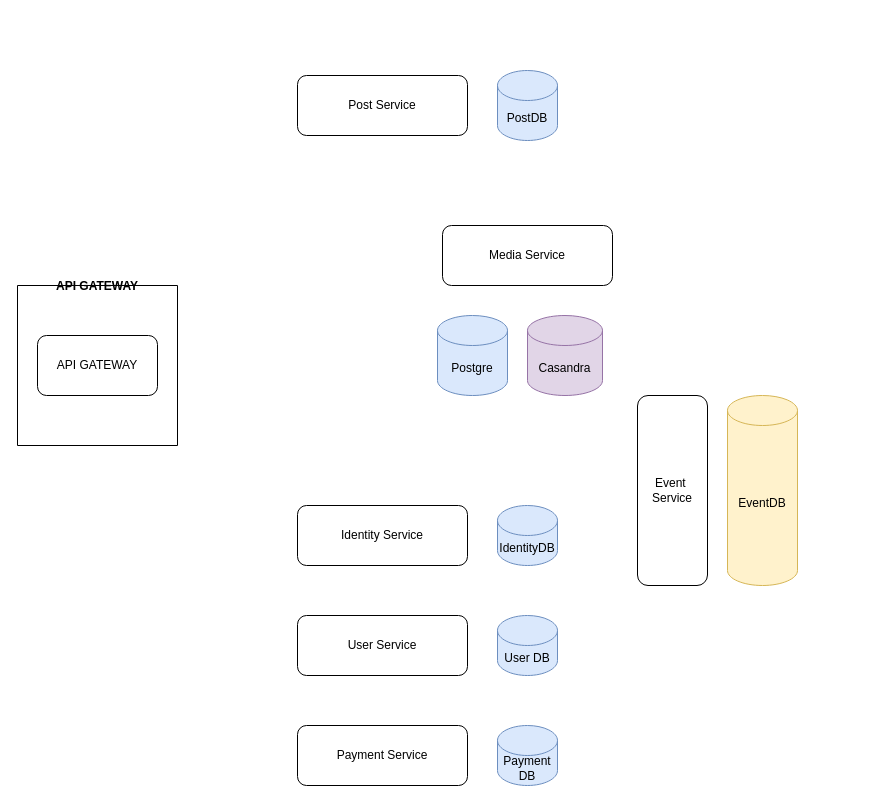
Above: cab_servicer.drawio in bachdev/diagram (draw.io), before the change. Source tidied: cells renumbered, new cells numbered last; positions are measured from the earlier drawing's top-left corner, leaving out a move shared by most shapes. Both pictures are drawn from the tidied source at 100%, with x=0, y=0 at pixel (17, 70).
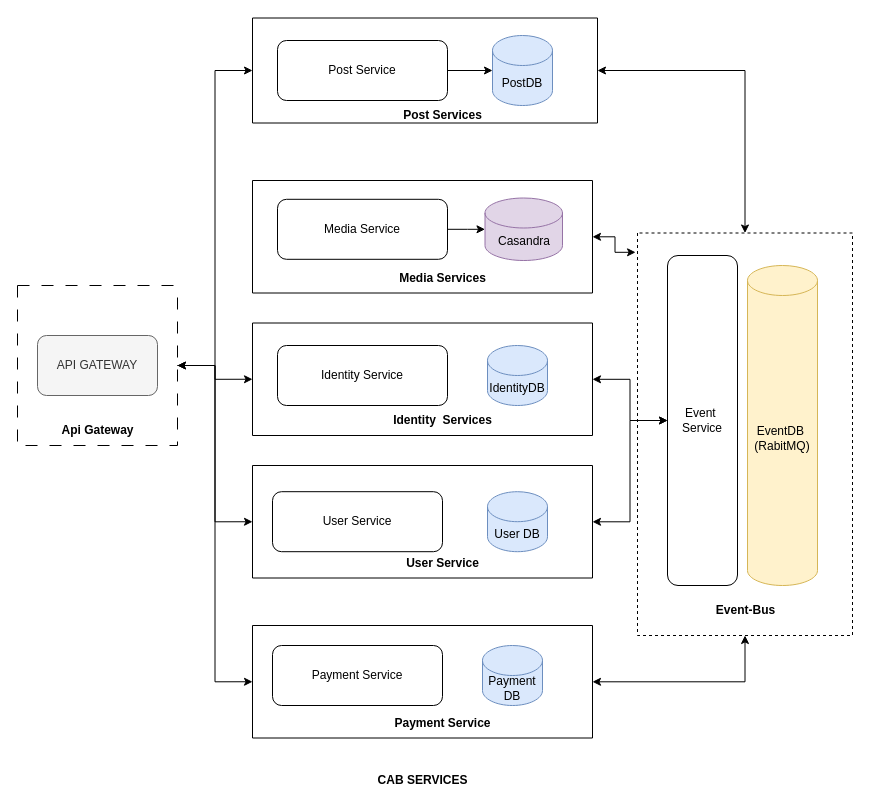
The same diagram, later.

Diff of the diagram source:
```diff
@@
-    <mxCell id="2" value="Casandra" style="shape=cylinder3;whiteSpace=wrap;html=1;boundedLbl=1;backgroundOutline=1;size=15;fillColor=#e1d5e7;strokeColor=#9673a6;" parent="1" vertex="1">
-      <mxGeometry x="510" y="245" width="75" height="80" as="geometry" />
-    </mxCell>
-    <mxCell id="3" value="Postgre" style="shape=cylinder3;whiteSpace=wrap;html=1;boundedLbl=1;backgroundOutline=1;size=15;fillColor=#dae8fc;strokeColor=#6c8ebf;" parent="1" vertex="1">
-      <mxGeometry x="420" y="245" width="70" height="80" as="geometry" />
-    </mxCell>
-    <mxCell id="4" value="Post Service" style="rounded=1;whiteSpace=wrap;html=1;" parent="1" vertex="1">
-      <mxGeometry x="280" y="5" width="170" height="60" as="geometry" />
-    </mxCell>
-    <mxCell id="5" value="Media Service" style="rounded=1;whiteSpace=wrap;html=1;" parent="1" vertex="1">
-      <mxGeometry x="425" y="155" width="170" height="60" as="geometry" />
-    </mxCell>
-    <mxCell id="6" value="PostDB" style="shape=cylinder3;whiteSpace=wrap;html=1;boundedLbl=1;backgroundOutline=1;size=15;fillColor=#dae8fc;strokeColor=#6c8ebf;" parent="1" vertex="1">
-      <mxGeometry x="480" width="60" height="70" as="geometry" />
-    </mxCell>
+    <mxCell id="17" style="edgeStyle=orthogonalEdgeStyle;rounded=0;jettySize=auto;html=1;entryX=0;entryY=0.5;entryDx=0;entryDy=0;startArrow=classic;startFill=1;" parent="1" edge="1" source="7" target="31">
+      <mxGeometry relative="1" as="geometry" />
+    </mxCell>
+    <mxCell id="18" style="edgeStyle=orthogonalEdgeStyle;rounded=0;jettySize=auto;html=1;entryX=0;entryY=0.5;entryDx=0;entryDy=0;startArrow=classic;startFill=1;" parent="1" edge="1" source="7" target="23">
+      <mxGeometry relative="1" as="geometry" />
+    </mxCell>
+    <mxCell id="19" style="edgeStyle=orthogonalEdgeStyle;rounded=0;jettySize=auto;html=1;entryX=0;entryY=0.5;entryDx=0;entryDy=0;" parent="1" edge="1" source="7" target="34">
+      <mxGeometry relative="1" as="geometry" />
+    </mxCell>
+    <mxCell id="20" style="edgeStyle=orthogonalEdgeStyle;rounded=0;jettySize=auto;html=1;entryX=0;entryY=0.5;entryDx=0;entryDy=0;" parent="1" edge="1" source="7" target="37">
+      <mxGeometry relative="1" as="geometry" />
+    </mxCell>
-    <mxCell id="7" value="API GATEWAY" style="swimlane;startSize=0;" parent="1" vertex="1">
+    <mxCell id="7" value="API GATEWAY" style="swimlane;startSize=0;fontColor=none;noLabel=1;dashed=1;dashPattern=12 12;" parent="1" vertex="1">
       <mxGeometry y="215" width="160" height="160" as="geometry" />
     </mxCell>
-    <mxCell id="8" value="API GATEWAY" style="rounded=1;whiteSpace=wrap;html=1;" parent="7" vertex="1">
+    <mxCell id="8" value="API GATEWAY" style="rounded=1;whiteSpace=wrap;html=1;fillColor=#f5f5f5;fontColor=#333333;strokeColor=#666666;" parent="7" vertex="1">
       <mxGeometry x="20" y="50" width="120" height="60" as="geometry" />
     </mxCell>
+    <mxCell id="21" value="&lt;b&gt;Api Gateway&lt;br&gt;&lt;/b&gt;" style="text;html=1;align=center;verticalAlign=middle;strokeColor=none;fillColor=none;" parent="7" vertex="1">
+      <mxGeometry x="35" y="130" width="90" height="30" as="geometry" />
+    </mxCell>
     <mxCell id="9" value="Identity Service" style="rounded=1;whiteSpace=wrap;html=1;" parent="1" vertex="1">
-      <mxGeometry x="280" y="435" width="170" height="60" as="geometry" />
+      <mxGeometry x="260" y="275" width="170" height="60" as="geometry" />
     </mxCell>
     <mxCell id="10" value="IdentityDB" style="shape=cylinder3;whiteSpace=wrap;html=1;boundedLbl=1;backgroundOutline=1;size=15;fillColor=#dae8fc;strokeColor=#6c8ebf;" parent="1" vertex="1">
-      <mxGeometry x="480" y="435" width="60" height="60" as="geometry" />
+      <mxGeometry x="470" y="275" width="60" height="60" as="geometry" />
     </mxCell>
+    <mxCell id="12" value="&lt;div&gt;EventDB&amp;nbsp;&lt;/div&gt;&lt;div&gt;(RabitMQ)&lt;/div&gt;" style="shape=cylinder3;whiteSpace=wrap;html=1;boundedLbl=1;backgroundOutline=1;size=15;fillColor=#fff2cc;strokeColor=#d6b656;" parent="1" vertex="1">
+      <mxGeometry x="730" y="195" width="70" height="320" as="geometry" />
+    </mxCell>
+    <mxCell id="16" value="Event&amp;nbsp; Service" style="rounded=1;whiteSpace=wrap;html=1;" parent="1" vertex="1">
+      <mxGeometry x="650" y="185" width="70" height="330" as="geometry" />
+    </mxCell>
+    <mxCell id="22" style="rounded=0;jettySize=auto;html=1;exitX=1;exitY=0.5;exitDx=0;exitDy=0;entryX=0.5;entryY=0;entryDx=0;entryDy=0;strokeColor=default;edgeStyle=orthogonalEdgeStyle;startArrow=classic;startFill=1;" parent="1" edge="1" source="23" target="39">
+      <mxGeometry relative="1" as="geometry" />
+    </mxCell>
+    <mxCell id="23" value="Post" style="swimlane;startSize=0;rounded=1;shadow=0;fontColor=none;labelBackgroundColor=none;noLabel=1;" parent="1" vertex="1">
+      <mxGeometry x="235" y="-52.5" width="345" height="105" as="geometry" />
+    </mxCell>
+    <mxCell id="24" value="&lt;b&gt;Post Services&lt;br&gt;&lt;/b&gt;" style="text;html=1;align=center;verticalAlign=middle;strokeColor=none;fillColor=none;" parent="23" vertex="1">
+      <mxGeometry x="140" y="82.5" width="100" height="30" as="geometry" />
+    </mxCell>
+    <mxCell id="4" value="Post Service" style="rounded=1;whiteSpace=wrap;html=1;" parent="23" vertex="1">
+      <mxGeometry x="25" y="22.5" width="170" height="60" as="geometry" />
+    </mxCell>
+    <mxCell id="6" value="PostDB" style="shape=cylinder3;whiteSpace=wrap;html=1;boundedLbl=1;backgroundOutline=1;size=15;fillColor=#dae8fc;strokeColor=#6c8ebf;" parent="23" vertex="1">
+      <mxGeometry x="240" y="17.5" width="60" height="70" as="geometry" />
+    </mxCell>
+    <mxCell id="25" style="edgeStyle=orthogonalEdgeStyle;rounded=0;jettySize=auto;html=1;" parent="23" edge="1" source="4" target="6">
+      <mxGeometry relative="1" as="geometry" />
+    </mxCell>
+    <mxCell id="26" style="edgeStyle=orthogonalEdgeStyle;rounded=0;jettySize=auto;html=1;entryX=-0.009;entryY=0.048;entryDx=0;entryDy=0;entryPerimeter=0;startArrow=classic;startFill=1;" parent="1" edge="1" source="27" target="39">
+      <mxGeometry relative="1" as="geometry" />
+    </mxCell>
+    <mxCell id="27" value="Post" style="swimlane;startSize=0;rounded=1;shadow=0;fontColor=none;labelBackgroundColor=none;noLabel=1;" parent="1" vertex="1">
+      <mxGeometry x="235" y="110" width="340" height="112.5" as="geometry" />
+    </mxCell>
+    <mxCell id="28" value="&lt;b&gt;Media Services&lt;br&gt;&lt;/b&gt;" style="text;html=1;align=center;verticalAlign=middle;strokeColor=none;fillColor=none;" parent="27" vertex="1">
+      <mxGeometry x="135" y="82.5" width="110" height="30" as="geometry" />
+    </mxCell>
+    <mxCell id="2" value="Casandra" style="shape=cylinder3;whiteSpace=wrap;html=1;boundedLbl=1;backgroundOutline=1;size=15;fillColor=#e1d5e7;strokeColor=#9673a6;" parent="27" vertex="1">
+      <mxGeometry x="232.5" y="17.5" width="77.5" height="62.5" as="geometry" />
+    </mxCell>
+    <mxCell id="5" value="Media Service" style="rounded=1;whiteSpace=wrap;html=1;" parent="27" vertex="1">
+      <mxGeometry x="25" y="18.8" width="170" height="60" as="geometry" />
+    </mxCell>
+    <mxCell id="29" style="edgeStyle=orthogonalEdgeStyle;rounded=0;jettySize=auto;html=1;" parent="27" edge="1" source="5" target="2">
+      <mxGeometry relative="1" as="geometry" />
+    </mxCell>
+    <mxCell id="30" style="edgeStyle=orthogonalEdgeStyle;rounded=0;jettySize=auto;html=1;startArrow=classic;startFill=1;" parent="1" edge="1" source="31" target="16">
+      <mxGeometry relative="1" as="geometry" />
+    </mxCell>
+    <mxCell id="31" value="Post" style="swimlane;startSize=0;rounded=1;shadow=0;fontColor=none;labelBackgroundColor=none;noLabel=1;" parent="1" vertex="1">
+      <mxGeometry x="235" y="252.5" width="340" height="112.5" as="geometry" />
+    </mxCell>
+    <mxCell id="32" value="&lt;b&gt;Identity&amp;nbsp; Services&lt;br&gt;&lt;/b&gt;" style="text;html=1;align=center;verticalAlign=middle;strokeColor=none;fillColor=none;" parent="31" vertex="1">
+      <mxGeometry x="130" y="82.5" width="120" height="30" as="geometry" />
+    </mxCell>
+    <mxCell id="33" style="edgeStyle=orthogonalEdgeStyle;rounded=0;jettySize=auto;html=1;startArrow=classic;startFill=1;" parent="1" edge="1" source="34" target="16">
+      <mxGeometry relative="1" as="geometry" />
+    </mxCell>
+    <mxCell id="34" value="Post" style="swimlane;startSize=0;rounded=1;shadow=0;fontColor=none;labelBackgroundColor=none;noLabel=1;" parent="1" vertex="1">
+      <mxGeometry x="235" y="395" width="340" height="112.5" as="geometry" />
+    </mxCell>
+    <mxCell id="35" value="&lt;b&gt;User Service&lt;br&gt;&lt;/b&gt;" style="text;html=1;align=center;verticalAlign=middle;strokeColor=none;fillColor=none;" parent="34" vertex="1">
+      <mxGeometry x="140" y="82.5" width="100" height="30" as="geometry" />
+    </mxCell>
-    <mxCell id="11" value="User Service" style="rounded=1;whiteSpace=wrap;html=1;" parent="1" vertex="1">
-      <mxGeometry x="280" y="545" width="170" height="60" as="geometry" />
+    <mxCell id="11" value="User Service" style="rounded=1;whiteSpace=wrap;html=1;" parent="34" vertex="1">
+      <mxGeometry x="20" y="26.2" width="170" height="60" as="geometry" />
     </mxCell>
-    <mxCell id="12" value="EventDB" style="shape=cylinder3;whiteSpace=wrap;html=1;boundedLbl=1;backgroundOutline=1;size=15;fillColor=#fff2cc;strokeColor=#d6b656;" parent="1" vertex="1">
-      <mxGeometry x="710" y="325" width="70" height="190" as="geometry" />
-    </mxCell>
-    <mxCell id="13" value="User DB" style="shape=cylinder3;whiteSpace=wrap;html=1;boundedLbl=1;backgroundOutline=1;size=15;fillColor=#dae8fc;strokeColor=#6c8ebf;" parent="1" vertex="1">
-      <mxGeometry x="480" y="545" width="60" height="60" as="geometry" />
+    <mxCell id="13" value="User DB" style="shape=cylinder3;whiteSpace=wrap;html=1;boundedLbl=1;backgroundOutline=1;size=15;fillColor=#dae8fc;strokeColor=#6c8ebf;" parent="34" vertex="1">
+      <mxGeometry x="235" y="26.2" width="60" height="60" as="geometry" />
     </mxCell>
+    <mxCell id="36" style="edgeStyle=orthogonalEdgeStyle;rounded=0;jettySize=auto;html=1;entryX=0.5;entryY=1;entryDx=0;entryDy=0;startArrow=classic;startFill=1;" parent="1" edge="1" source="37" target="39">
+      <mxGeometry relative="1" as="geometry" />
+    </mxCell>
+    <mxCell id="37" value="Post" style="swimlane;startSize=0;rounded=1;shadow=0;fontColor=none;labelBackgroundColor=none;noLabel=1;" parent="1" vertex="1">
+      <mxGeometry x="235" y="555" width="340" height="112.5" as="geometry" />
+    </mxCell>
+    <mxCell id="38" value="&lt;b&gt;Payment Service&lt;br&gt;&lt;/b&gt;" style="text;html=1;align=center;verticalAlign=middle;strokeColor=none;fillColor=none;" parent="37" vertex="1">
+      <mxGeometry x="130" y="82.5" width="120" height="30" as="geometry" />
+    </mxCell>
-    <mxCell id="14" value="Payment Service" style="rounded=1;whiteSpace=wrap;html=1;" parent="1" vertex="1">
-      <mxGeometry x="280" y="655" width="170" height="60" as="geometry" />
+    <mxCell id="14" value="Payment Service" style="rounded=1;whiteSpace=wrap;html=1;" parent="37" vertex="1">
+      <mxGeometry x="20" y="20" width="170" height="60" as="geometry" />
     </mxCell>
-    <mxCell id="15" value="Payment DB" style="shape=cylinder3;whiteSpace=wrap;html=1;boundedLbl=1;backgroundOutline=1;size=15;fillColor=#dae8fc;strokeColor=#6c8ebf;" parent="1" vertex="1">
-      <mxGeometry x="480" y="655" width="60" height="60" as="geometry" />
+    <mxCell id="15" value="Payment DB" style="shape=cylinder3;whiteSpace=wrap;html=1;boundedLbl=1;backgroundOutline=1;size=15;fillColor=#dae8fc;strokeColor=#6c8ebf;" parent="37" vertex="1">
+      <mxGeometry x="230" y="20" width="60" height="60" as="geometry" />
     </mxCell>
-    <mxCell id="16" value="Event&amp;nbsp; Service" style="rounded=1;whiteSpace=wrap;html=1;" parent="1" vertex="1">
-      <mxGeometry x="620" y="325" width="70" height="190" as="geometry" />
-    </mxCell>
+    <mxCell id="39" value="Post" style="swimlane;startSize=0;rounded=1;shadow=0;fontColor=none;labelBackgroundColor=none;noLabel=1;dashed=1;" parent="1" vertex="1">
+      <mxGeometry x="620" y="162.5" width="215" height="402.5" as="geometry" />
+    </mxCell>
+    <mxCell id="40" value="&lt;b&gt;Event-Bus&lt;/b&gt;" style="text;html=1;align=center;verticalAlign=middle;strokeColor=none;fillColor=none;" parent="39" vertex="1">
+      <mxGeometry x="67.5" y="362.5" width="80" height="30" as="geometry" />
+    </mxCell>
+    <mxCell id="41" value="&lt;b&gt;CAB SERVICES&lt;br&gt;&lt;/b&gt;" style="text;html=1;align=center;verticalAlign=middle;strokeColor=none;fillColor=none;" parent="1" vertex="1">
+      <mxGeometry x="350" y="695" width="110" height="30" as="geometry" />
+    </mxCell>
```
